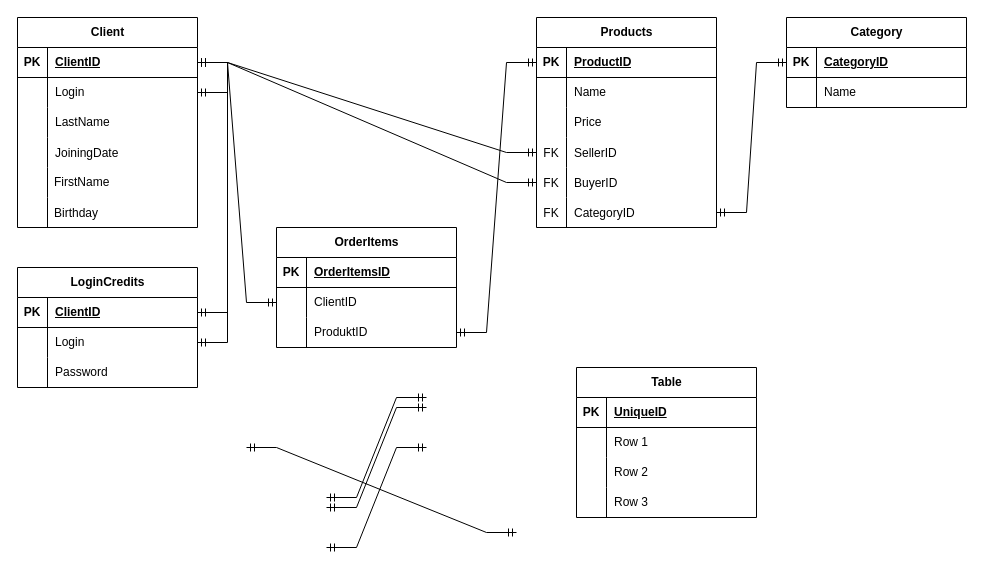
The draw.io diagram Diagram bez tytułu.drawio in CieplyC/Projekcik, before the edit. Source tidied: cells renumbered, new cells numbered last; positions are measured from the earlier drawing's top-left corner, leaving out a move shared by most shapes. Both pictures are drawn from the tidied source at 100%, with x=0, y=0 at pixel (17, 17).
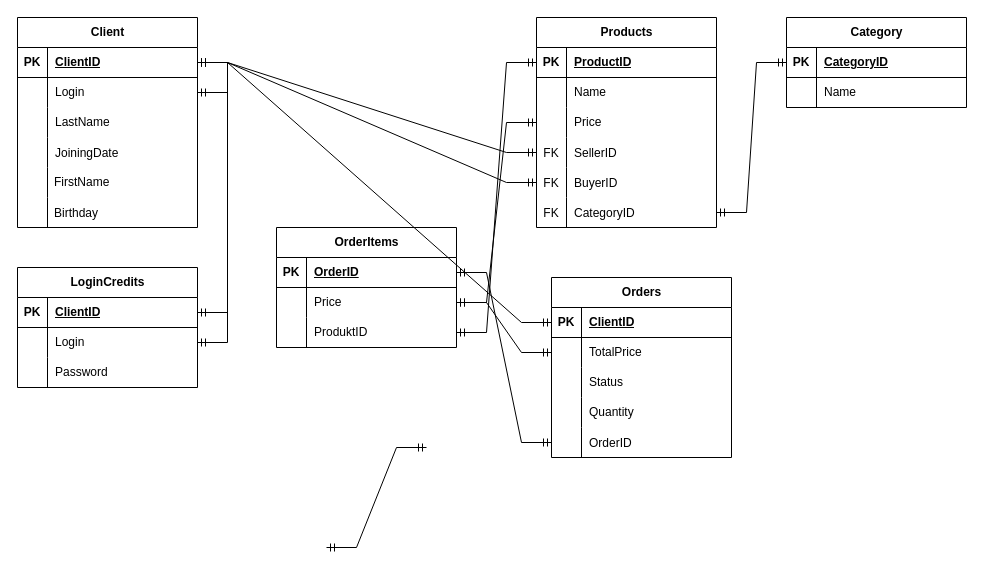
The same diagram, later.

The change refers to these unchanged cells:
```xml
<mxCell id="3" style="shape=tableRow;horizontal=0;startSize=0;swimlaneHead=0;swimlaneBody=0;fillColor=none;points=[[0,0.5],[1,0.5]];portConstraint=eastwest;top=0;left=0;right=0;bottom=1;" parent="2" vertex="1">
  <mxGeometry y="30" width="180" height="30" as="geometry" />
</mxCell>
<mxCell id="22" style="shape=tableRow;horizontal=0;startSize=0;swimlaneHead=0;swimlaneBody=0;fillColor=none;points=[[0,0.5],[1,0.5]];portConstraint=eastwest;top=0;left=0;right=0;bottom=1;" parent="21" vertex="1">
  <mxGeometry y="30" width="180" height="30" as="geometry" />
</mxCell>
<mxCell id="25" style="shape=tableRow;horizontal=0;startSize=0;swimlaneHead=0;swimlaneBody=0;fillColor=none;points=[[0,0.5],[1,0.5]];portConstraint=eastwest;top=0;left=0;right=0;bottom=0;" parent="21" vertex="1">
  <mxGeometry y="60" width="180" height="30" as="geometry" />
</mxCell>
<mxCell id="38" style="shape=tableRow;horizontal=0;startSize=0;swimlaneHead=0;swimlaneBody=0;fillColor=none;points=[[0,0.5],[1,0.5]];portConstraint=eastwest;top=0;left=0;right=0;bottom=0;" parent="31" vertex="1">
  <mxGeometry y="90" width="180" height="30" as="geometry" />
</mxCell>
```

The edit, as a diff of the source:
```diff
@@
-    <mxCell id="24" value="OrderItemsID" style="shape=partialRectangle;fillColor=none;top=0;left=0;bottom=0;right=0;align=left;spacingLeft=6;fontStyle=5;overflow=hidden;whiteSpace=wrap;html=1;" parent="22" vertex="1">
+    <mxCell id="24" value="OrderID" style="shape=partialRectangle;fillColor=none;top=0;left=0;bottom=0;right=0;align=left;spacingLeft=6;fontStyle=5;overflow=hidden;whiteSpace=wrap;html=1;" parent="22" vertex="1">
       <mxGeometry x="30" width="150" height="30" as="geometry" />
     </mxCell>
@@
-    <mxCell id="27" value="ClientID" style="shape=partialRectangle;fillColor=none;top=0;left=0;bottom=0;right=0;align=left;spacingLeft=6;overflow=hidden;whiteSpace=wrap;html=1;" parent="25" vertex="1">
+    <mxCell id="27" value="Price" style="shape=partialRectangle;fillColor=none;top=0;left=0;bottom=0;right=0;align=left;spacingLeft=6;overflow=hidden;whiteSpace=wrap;html=1;" parent="25" vertex="1">
       <mxGeometry x="30" width="150" height="30" as="geometry" />
     </mxCell>
@@
-    <mxCell id="69" value="Table" style="shape=table;startSize=30;childLayout=tableLayout;rowLines=0;fontStyle=1;align=center;html=1;" parent="1" vertex="1">
-      <mxGeometry x="559" y="350" width="180" height="150" as="geometry" />
-    </mxCell>
-    <mxCell id="70" style="shape=tableRow;horizontal=0;startSize=0;swimlaneHead=0;swimlaneBody=0;fillColor=none;points=[[0,0.5],[1,0.5]];portConstraint=eastwest;top=0;left=0;right=0;bottom=1;" parent="69" vertex="1">
-      <mxGeometry y="30" width="180" height="30" as="geometry" />
-    </mxCell>
-    <mxCell id="71" value="PK" style="shape=partialRectangle;fillColor=none;top=0;left=0;bottom=0;right=0;fontStyle=1;overflow=hidden;whiteSpace=wrap;html=1;" parent="70" vertex="1">
-      <mxGeometry width="30" height="30" as="geometry" />
-    </mxCell>
-    <mxCell id="72" value="UniqueID" style="shape=partialRectangle;fillColor=none;top=0;left=0;bottom=0;right=0;align=left;spacingLeft=6;fontStyle=5;overflow=hidden;whiteSpace=wrap;html=1;" parent="70" vertex="1">
-      <mxGeometry x="30" width="150" height="30" as="geometry" />
-    </mxCell>
-    <mxCell id="73" style="shape=tableRow;horizontal=0;startSize=0;swimlaneHead=0;swimlaneBody=0;fillColor=none;points=[[0,0.5],[1,0.5]];portConstraint=eastwest;top=0;left=0;right=0;bottom=0;" parent="69" vertex="1">
-      <mxGeometry y="60" width="180" height="30" as="geometry" />
-    </mxCell>
-    <mxCell id="74" style="shape=partialRectangle;fillColor=none;top=0;left=0;bottom=0;right=0;overflow=hidden;whiteSpace=wrap;html=1;" parent="73" vertex="1">
-      <mxGeometry width="30" height="30" as="geometry" />
-    </mxCell>
-    <mxCell id="75" value="Row 1" style="shape=partialRectangle;fillColor=none;top=0;left=0;bottom=0;right=0;align=left;spacingLeft=6;overflow=hidden;whiteSpace=wrap;html=1;" parent="73" vertex="1">
-      <mxGeometry x="30" width="150" height="30" as="geometry" />
-    </mxCell>
-    <mxCell id="76" style="shape=tableRow;horizontal=0;startSize=0;swimlaneHead=0;swimlaneBody=0;fillColor=none;top=0;left=0;right=0;bottom=0;" parent="69" vertex="1">
-      <mxGeometry y="90" width="180" height="30" as="geometry" />
-    </mxCell>
-    <mxCell id="77" style="shape=partialRectangle;fillColor=none;top=0;left=0;bottom=0;right=0;overflow=hidden;whiteSpace=wrap;html=1;" parent="76" vertex="1">
-      <mxGeometry width="30" height="30" as="geometry" />
-    </mxCell>
-    <mxCell id="78" value="Row 2" style="shape=partialRectangle;fillColor=none;top=0;left=0;bottom=0;right=0;align=left;spacingLeft=6;overflow=hidden;whiteSpace=wrap;html=1;" parent="76" vertex="1">
-      <mxGeometry x="30" width="150" height="30" as="geometry" />
-    </mxCell>
-    <mxCell id="79" style="shape=tableRow;horizontal=0;startSize=0;swimlaneHead=0;swimlaneBody=0;fillColor=none;top=0;left=0;right=0;bottom=0;" parent="69" vertex="1">
-      <mxGeometry y="120" width="180" height="30" as="geometry" />
-    </mxCell>
-    <mxCell id="80" style="shape=partialRectangle;fillColor=none;top=0;left=0;bottom=0;right=0;overflow=hidden;whiteSpace=wrap;html=1;" parent="79" vertex="1">
-      <mxGeometry width="30" height="30" as="geometry" />
-    </mxCell>
-    <mxCell id="81" value="Row 3" style="shape=partialRectangle;fillColor=none;top=0;left=0;bottom=0;right=0;align=left;spacingLeft=6;overflow=hidden;whiteSpace=wrap;html=1;" parent="79" vertex="1">
-      <mxGeometry x="30" width="150" height="30" as="geometry" />
-    </mxCell>
-    <mxCell id="82" style="edgeStyle=entityRelationEdgeStyle;fontSize=12;html=1;endArrow=ERmandOne;startArrow=ERmandOne;rounded=0;entryX=0;entryY=0.5;entryDx=0;entryDy=0;" parent="1" edge="1" source="3" target="25">
+    <mxCell id="82" style="edgeStyle=entityRelationEdgeStyle;fontSize=12;html=1;endArrow=ERmandOne;startArrow=ERmandOne;rounded=0;entryX=0;entryY=0.5;entryDx=0;entryDy=0;" parent="1" edge="1" source="3" target="70">
       <mxGeometry relative="1" as="geometry" />
     </mxCell>
@@
-    <mxCell id="85" style="edgeStyle=entityRelationEdgeStyle;fontSize=12;html=1;endArrow=ERmandOne;startArrow=ERmandOne;rounded=0;" parent="1" edge="1">
-      <mxGeometry relative="1" as="geometry">
-        <mxPoint x="309" y="480" as="sourcePoint" />
-        <mxPoint x="409" y="380" as="targetPoint" />
-      </mxGeometry>
+    <mxCell id="85" style="edgeStyle=entityRelationEdgeStyle;fontSize=12;html=1;endArrow=ERmandOne;startArrow=ERmandOne;rounded=0;entryX=1;entryY=0.5;entryDx=0;entryDy=0;" parent="1" edge="1" source="38" target="25">
+      <mxGeometry relative="1" as="geometry" />
     </mxCell>
-    <mxCell id="86" style="edgeStyle=entityRelationEdgeStyle;fontSize=12;html=1;endArrow=ERmandOne;startArrow=ERmandOne;rounded=0;" parent="1" edge="1">
-      <mxGeometry relative="1" as="geometry">
-        <mxPoint x="309" y="490" as="sourcePoint" />
-        <mxPoint x="409" y="390" as="targetPoint" />
-      </mxGeometry>
+    <mxCell id="86" style="edgeStyle=entityRelationEdgeStyle;fontSize=12;html=1;endArrow=ERmandOne;startArrow=ERmandOne;rounded=0;" parent="1" edge="1" source="25" target="73">
+      <mxGeometry relative="1" as="geometry" />
     </mxCell>
@@
-    <mxCell id="88" style="edgeStyle=entityRelationEdgeStyle;fontSize=12;html=1;endArrow=ERmandOne;startArrow=ERmandOne;rounded=0;" parent="1" edge="1">
-      <mxGeometry relative="1" as="geometry">
-        <mxPoint x="229" y="430" as="sourcePoint" />
-        <mxPoint x="499" y="515" as="targetPoint" />
-      </mxGeometry>
+    <mxCell id="88" style="edgeStyle=entityRelationEdgeStyle;fontSize=12;html=1;endArrow=ERmandOne;startArrow=ERmandOne;rounded=0;" parent="1" edge="1" source="22" target="101">
+      <mxGeometry relative="1" as="geometry" />
     </mxCell>
@@
+    <mxCell id="93" value="Orders" style="shape=table;startSize=30;childLayout=tableLayout;rowLines=0;fontStyle=1;align=center;html=1;" parent="1" vertex="1">
+      <mxGeometry x="534" y="260" width="180" height="180" as="geometry" />
+    </mxCell>
+    <mxCell id="70" style="shape=tableRow;horizontal=0;startSize=0;swimlaneHead=0;swimlaneBody=0;fillColor=none;points=[[0,0.5],[1,0.5]];portConstraint=eastwest;top=0;left=0;right=0;bottom=1;" parent="93" vertex="1">
+      <mxGeometry y="30" width="180" height="30" as="geometry" />
+    </mxCell>
+    <mxCell id="71" value="PK" style="shape=partialRectangle;fillColor=none;top=0;left=0;bottom=0;right=0;fontStyle=1;overflow=hidden;whiteSpace=wrap;html=1;" parent="70" vertex="1">
+      <mxGeometry width="30" height="30" as="geometry" />
+    </mxCell>
+    <mxCell id="94" value="ClientID" style="shape=partialRectangle;fillColor=none;top=0;left=0;bottom=0;right=0;align=left;spacingLeft=6;fontStyle=5;overflow=hidden;whiteSpace=wrap;html=1;" parent="70" vertex="1">
+      <mxGeometry x="30" width="150" height="30" as="geometry" />
+    </mxCell>
+    <mxCell id="73" style="shape=tableRow;horizontal=0;startSize=0;swimlaneHead=0;swimlaneBody=0;fillColor=none;points=[[0,0.5],[1,0.5]];portConstraint=eastwest;top=0;left=0;right=0;bottom=0;" parent="93" vertex="1">
+      <mxGeometry y="60" width="180" height="30" as="geometry" />
+    </mxCell>
+    <mxCell id="95" style="shape=partialRectangle;fillColor=none;top=0;left=0;bottom=0;right=0;overflow=hidden;whiteSpace=wrap;html=1;" parent="73" vertex="1">
+      <mxGeometry width="30" height="30" as="geometry" />
+    </mxCell>
+    <mxCell id="96" value="TotalPrice" style="shape=partialRectangle;fillColor=none;top=0;left=0;bottom=0;right=0;align=left;spacingLeft=6;overflow=hidden;whiteSpace=wrap;html=1;" parent="73" vertex="1">
+      <mxGeometry x="30" width="150" height="30" as="geometry" />
+    </mxCell>
+    <mxCell id="76" style="shape=tableRow;horizontal=0;startSize=0;swimlaneHead=0;swimlaneBody=0;fillColor=none;top=0;left=0;right=0;bottom=0;" parent="93" vertex="1">
+      <mxGeometry y="90" width="180" height="30" as="geometry" />
+    </mxCell>
+    <mxCell id="97" style="shape=partialRectangle;fillColor=none;top=0;left=0;bottom=0;right=0;overflow=hidden;whiteSpace=wrap;html=1;" parent="76" vertex="1">
+      <mxGeometry width="30" height="30" as="geometry" />
+    </mxCell>
+    <mxCell id="98" value="Status" style="shape=partialRectangle;fillColor=none;top=0;left=0;bottom=0;right=0;align=left;spacingLeft=6;overflow=hidden;whiteSpace=wrap;html=1;" parent="76" vertex="1">
+      <mxGeometry x="30" width="150" height="30" as="geometry" />
+    </mxCell>
+    <mxCell id="79" style="shape=tableRow;horizontal=0;startSize=0;swimlaneHead=0;swimlaneBody=0;fillColor=none;top=0;left=0;right=0;bottom=0;" parent="93" vertex="1">
+      <mxGeometry y="120" width="180" height="30" as="geometry" />
+    </mxCell>
+    <mxCell id="99" style="shape=partialRectangle;fillColor=none;top=0;left=0;bottom=0;right=0;overflow=hidden;whiteSpace=wrap;html=1;" parent="79" vertex="1">
+      <mxGeometry width="30" height="30" as="geometry" />
+    </mxCell>
+    <mxCell id="100" value="Quantity" style="shape=partialRectangle;fillColor=none;top=0;left=0;bottom=0;right=0;align=left;spacingLeft=6;overflow=hidden;whiteSpace=wrap;html=1;" parent="79" vertex="1">
+      <mxGeometry x="30" width="150" height="30" as="geometry" />
+    </mxCell>
+    <mxCell id="101" style="shape=tableRow;horizontal=0;startSize=0;swimlaneHead=0;swimlaneBody=0;fillColor=none;points=[[0,0.5],[1,0.5]];portConstraint=eastwest;top=0;left=0;right=0;bottom=0;" parent="93" vertex="1">
+      <mxGeometry y="150" width="180" height="30" as="geometry" />
+    </mxCell>
+    <mxCell id="102" style="shape=partialRectangle;fillColor=none;top=0;left=0;bottom=0;right=0;overflow=hidden;" parent="101" vertex="1">
+      <mxGeometry width="30" height="30" as="geometry" />
+    </mxCell>
+    <mxCell id="103" value="OrderID" style="shape=partialRectangle;fillColor=none;top=0;left=0;bottom=0;right=0;align=left;spacingLeft=6;overflow=hidden;" parent="101" vertex="1">
+      <mxGeometry x="30" width="150" height="30" as="geometry" />
+    </mxCell>
```
